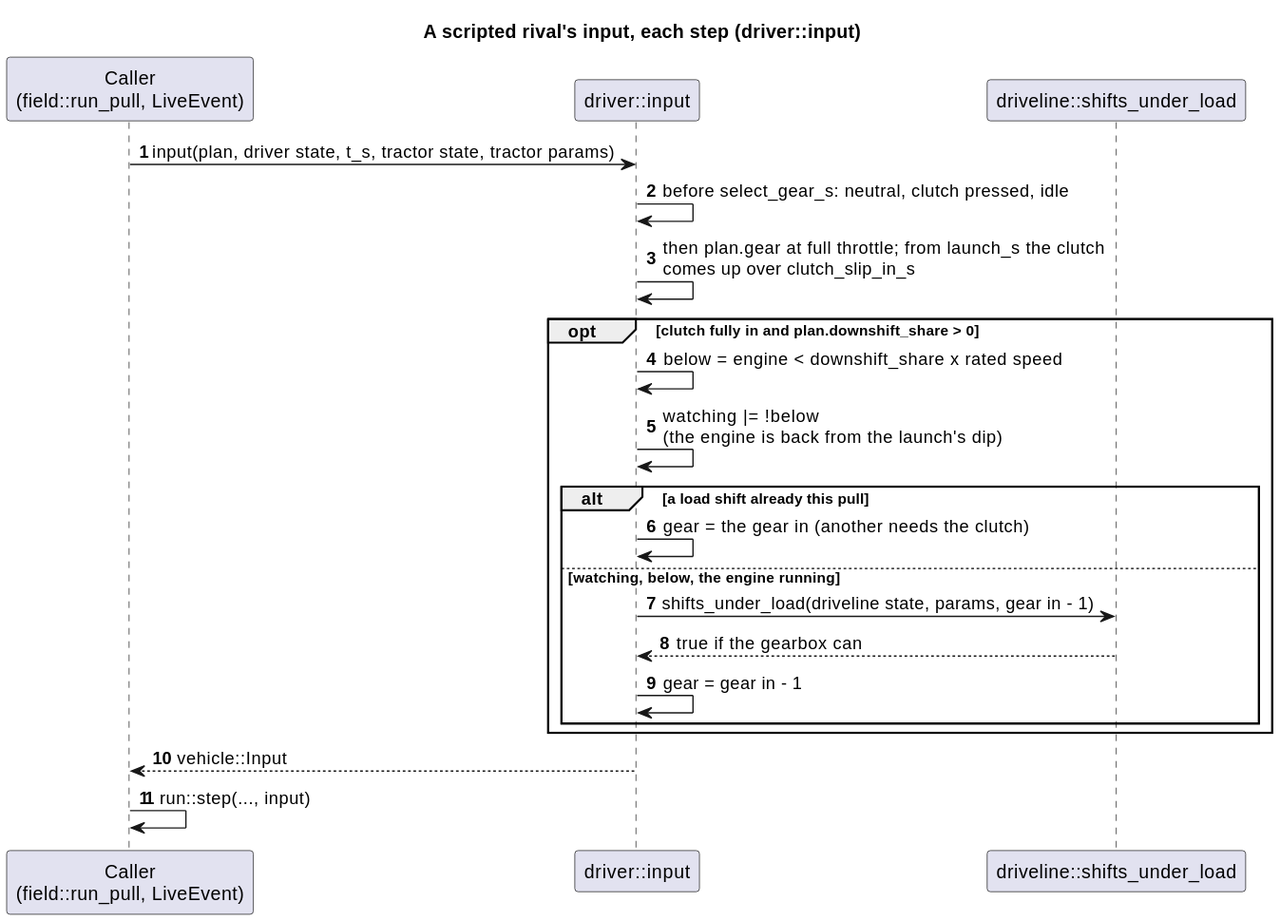
Above: docs/diagrams/svg/driver_input_sequence.svg in wversteeg/TractorPulling (PlantUML), before the change.
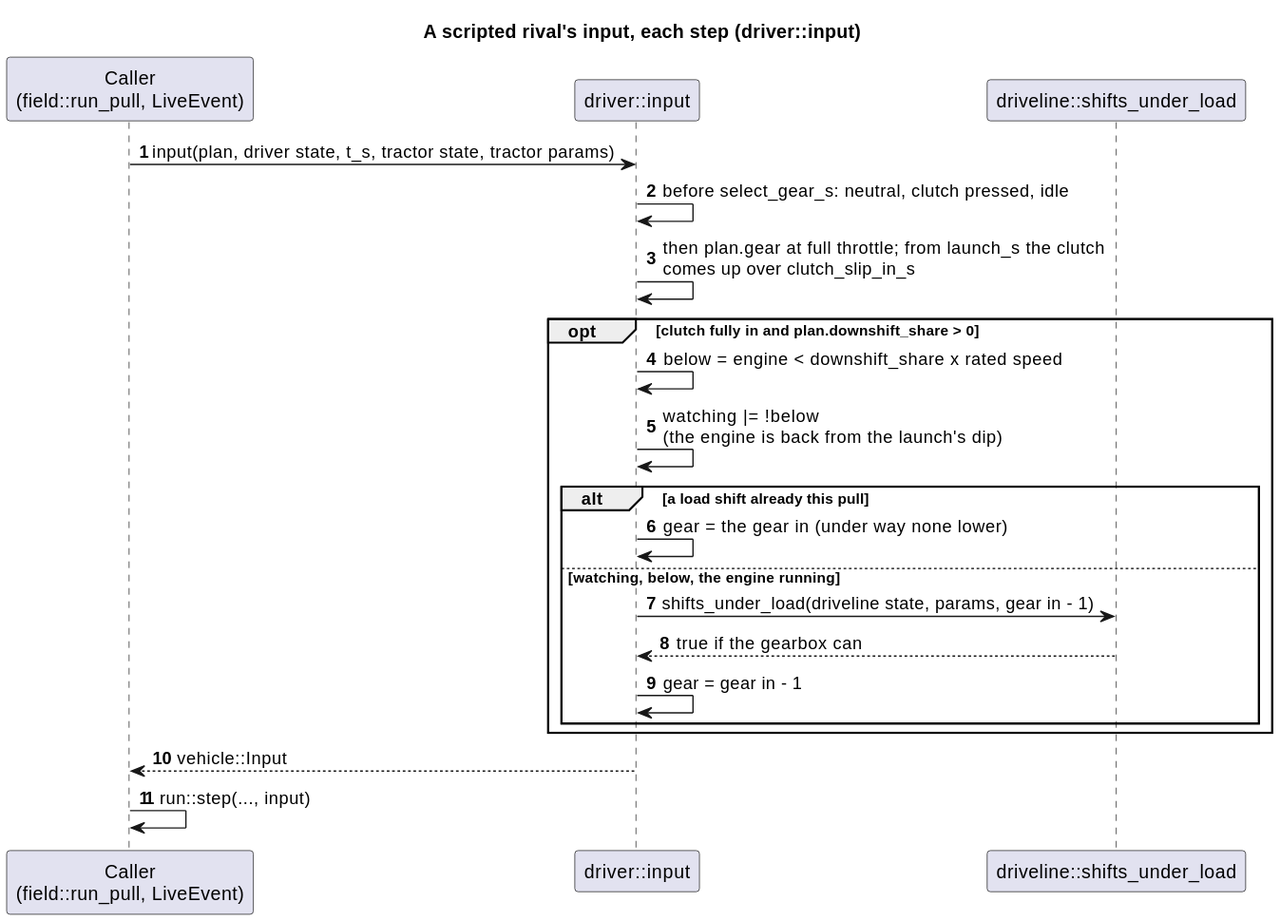
Above is the later version.

The edit, as a diff of the source:
```diff
@@ -12,7 +12,7 @@
   Driver -> Driver : below = engine < downshift_share x rated speed
   Driver -> Driver : watching |= !below\n(the engine is back from the launch's dip)
   alt a load shift already this pull
-    Driver -> Driver : gear = the gear in (another needs the clutch)
+    Driver -> Driver : gear = the gear in (under way none lower)
   else watching, below, the engine running
     Driver -> Load : shifts_under_load(driveline state, params, gear in - 1)
     Load --> Driver : true if the gearbox can
```
